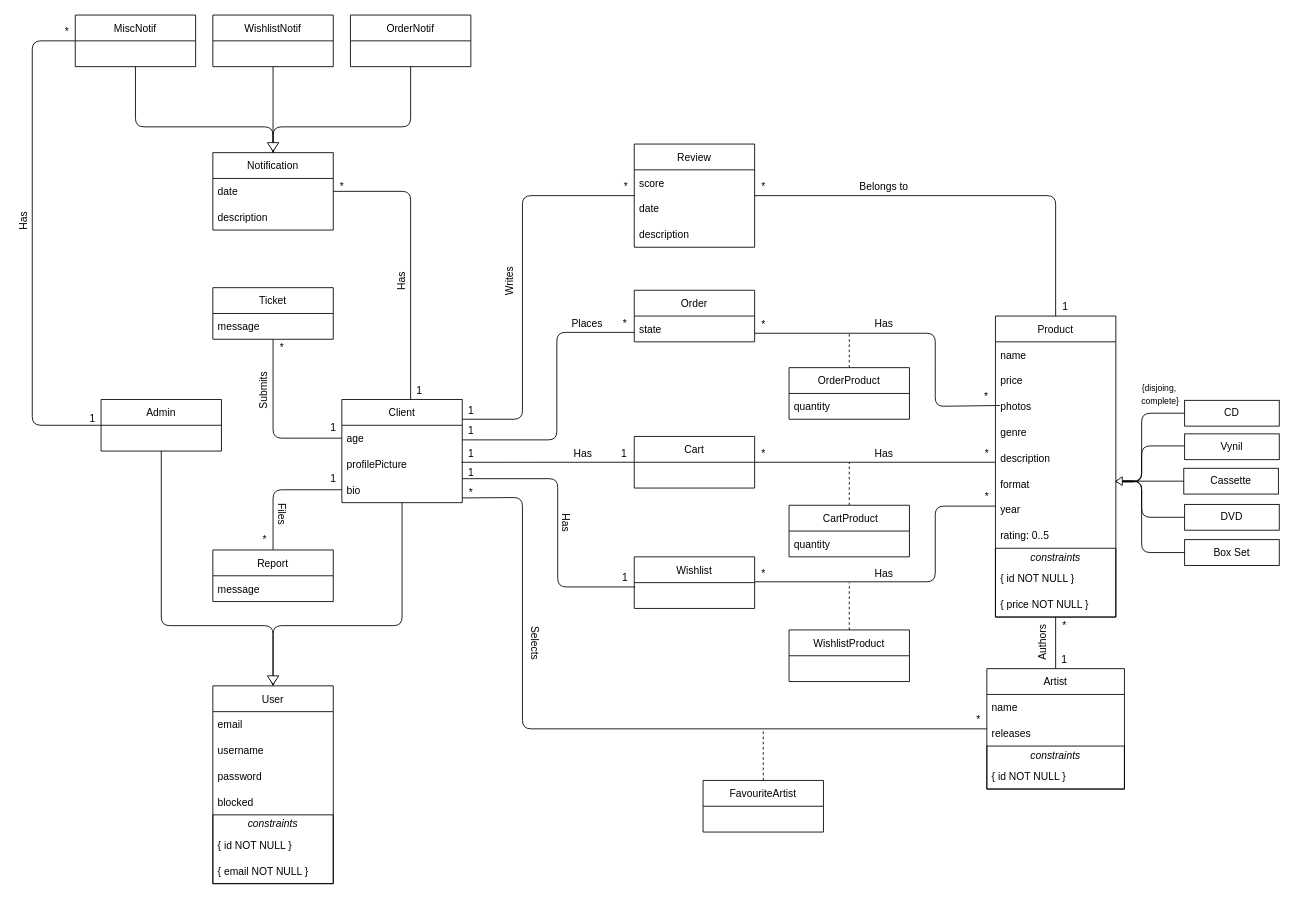
Above: docs/lbaw-uml.drawio in toni-santos/lbaw-earworm (draw.io), before the change. Source tidied: cells renumbered, new cells numbered last; positions are measured from the earlier drawing's top-left corner, leaving out a move shared by most shapes. Both pictures are drawn from the tidied source at 86%, with x=0, y=0 at pixel (6, 15).
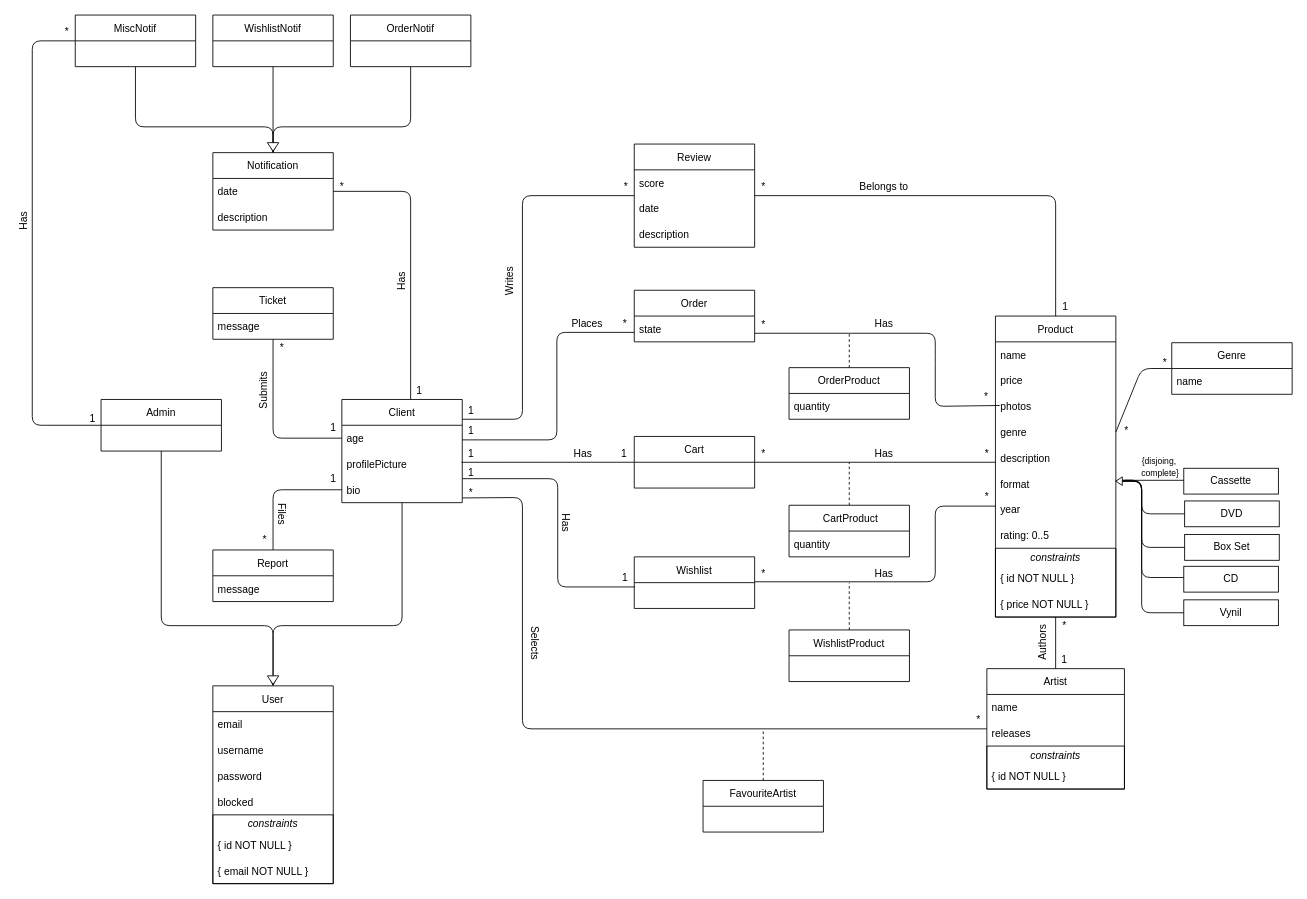
After the change.

Commit message (it also covers changes not shown here):
genre usage refactor

Unchanged cells that the change refers to:
```xml
<mxCell id="36" value="genre" style="text;strokeColor=none;fillColor=none;align=left;verticalAlign=middle;spacingLeft=4;spacingRight=4;overflow=hidden;points=[[0,0.5],[1,0.5]];portConstraint=eastwest;" parent="32" vertex="1">
  <mxGeometry y="120" width="140" height="30" as="geometry" />
</mxCell>
<mxCell id="89" value="Cassette" style="whiteSpace=wrap;html=1;" parent="1" vertex="1">
  <mxGeometry x="1369" y="527" width="110" height="30" as="geometry" />
</mxCell>
<mxCell id="98" style="triangle;whiteSpace=wrap;html=1;fontSize=10;rotation=-180;" parent="1" vertex="1">
  <mxGeometry x="1290" y="537" width="7.5" height="10" as="geometry" />
</mxCell>
```

The edit, as a diff of the source:
```diff
@@
     <mxCell id="87" value="CD" style="whiteSpace=wrap;html=1;" parent="1" vertex="1">
-      <mxGeometry x="1370" y="448" width="110" height="30" as="geometry" />
+      <mxGeometry x="1369" y="641" width="110" height="30" as="geometry" />
     </mxCell>
     <mxCell id="88" value="Vynil" style="whiteSpace=wrap;html=1;" parent="1" vertex="1">
-      <mxGeometry x="1370" y="487" width="110" height="30" as="geometry" />
+      <mxGeometry x="1369" y="680" width="110" height="30" as="geometry" />
     </mxCell>
@@
     <mxCell id="90" value="DVD" style="whiteSpace=wrap;html=1;" parent="1" vertex="1">
-      <mxGeometry x="1370" y="569" width="110" height="30" as="geometry" />
+      <mxGeometry x="1370" y="565" width="110" height="30" as="geometry" />
     </mxCell>
     <mxCell id="91" value="Box Set" style="whiteSpace=wrap;html=1;" parent="1" vertex="1">
-      <mxGeometry x="1370" y="610" width="110" height="30" as="geometry" />
+      <mxGeometry x="1370" y="604" width="110" height="30" as="geometry" />
     </mxCell>
     <mxCell id="92" style="endArrow=none;html=1;edgeStyle=orthogonalEdgeStyle;" parent="1" edge="1" target="91">
       <mxGeometry relative="1" as="geometry">
-        <mxPoint x="1300" y="542" as="sourcePoint" />
+        <mxPoint x="1300" y="541" as="sourcePoint" />
         <Array as="points">
-          <mxPoint x="1300" y="542" />
-          <mxPoint x="1320" y="542" />
-          <mxPoint x="1320" y="625" />
+          <mxPoint x="1320" y="541" />
+          <mxPoint x="1320" y="619" />
         </Array>
       </mxGeometry>
     </mxCell>
@@
-    <mxCell id="94" style="endArrow=none;html=1;edgeStyle=orthogonalEdgeStyle;" parent="1" edge="1" target="89">
+    <mxCell id="94" style="endArrow=none;html=1;edgeStyle=orthogonalEdgeStyle;" parent="1" edge="1">
       <mxGeometry relative="1" as="geometry">
-        <mxPoint x="1310" y="542" as="sourcePoint" />
+        <mxPoint x="1310" y="541" as="sourcePoint" />
+        <mxPoint x="1369" y="541" as="targetPoint" />
         <Array as="points">
-          <mxPoint x="1290" y="542" />
+          <mxPoint x="1290" y="541" />
         </Array>
       </mxGeometry>
     </mxCell>
     <mxCell id="95" style="endArrow=none;html=1;edgeStyle=orthogonalEdgeStyle;exitX=1;exitY=0.5;exitDx=0;exitDy=0;" parent="1" edge="1">
       <mxGeometry relative="1" as="geometry">
-        <mxPoint x="1290" y="543" as="sourcePoint" />
-        <mxPoint x="1370" y="501" as="targetPoint" />
+        <mxPoint x="1290" y="542" as="sourcePoint" />
+        <mxPoint x="1369" y="654" as="targetPoint" />
         <Array as="points">
-          <mxPoint x="1320" y="543" />
-          <mxPoint x="1320" y="501" />
+          <mxPoint x="1320" y="542" />
+          <mxPoint x="1320" y="654" />
         </Array>
       </mxGeometry>
     </mxCell>
-    <mxCell id="96" style="endArrow=none;html=1;edgeStyle=orthogonalEdgeStyle;exitX=1;exitY=0.5;exitDx=0;exitDy=0;startArrow=none;" parent="1" edge="1" source="98" target="87">
+    <mxCell id="96" style="endArrow=none;html=1;edgeStyle=orthogonalEdgeStyle;exitX=1;exitY=0.5;exitDx=0;exitDy=0;startArrow=none;" parent="1" edge="1" source="98" target="88">
       <mxGeometry relative="1" as="geometry">
         <Array as="points">
           <mxPoint x="1320" y="542" />
-          <mxPoint x="1320" y="463" />
+          <mxPoint x="1320" y="695" />
         </Array>
       </mxGeometry>
     </mxCell>
     <mxCell id="97" value="&lt;font style=&quot;font-size: 10px&quot;&gt;{disjoing,&lt;br&gt;&amp;nbsp;complete}&lt;/font&gt;" style="text;html=1;align=center;verticalAlign=middle;strokeColor=none;fillColor=none;" parent="1" vertex="1">
-      <mxGeometry x="1310" y="421" width="60" height="40" as="geometry" />
+      <mxGeometry x="1310" y="505" width="60" height="40" as="geometry" />
     </mxCell>
@@
+    <mxCell id="139" value="Genre" style="swimlane;fontStyle=0;horizontal=1;startSize=30;" parent="1" vertex="1">
+      <mxGeometry x="1355" y="381" width="140" height="60" as="geometry" />
+    </mxCell>
+    <mxCell id="140" value="name" style="text;strokeColor=none;fillColor=none;align=left;verticalAlign=middle;spacingLeft=4;spacingRight=4;overflow=hidden;" parent="139" vertex="1">
+      <mxGeometry y="30" width="140" height="30" as="geometry" />
+    </mxCell>
+    <mxCell id="141" style="endArrow=none;html=1;exitX=1;exitY=0.5;exitDx=0;exitDy=0;" parent="1" edge="1" source="36" target="139">
+      <mxGeometry relative="1" as="geometry">
+        <Array as="points">
+          <mxPoint x="1320" y="411" />
+        </Array>
+      </mxGeometry>
+    </mxCell>
+    <mxCell id="142" value="*" style="text;html=1;align=center;verticalAlign=middle;strokeColor=none;fillColor=none;" parent="1" vertex="1">
+      <mxGeometry x="1292" y="474" width="20" height="20" as="geometry" />
+    </mxCell>
+    <mxCell id="143" value="*" style="text;html=1;align=center;verticalAlign=middle;strokeColor=none;fillColor=none;" parent="1" vertex="1">
+      <mxGeometry x="1337" y="395" width="20" height="20" as="geometry" />
+    </mxCell>
```
